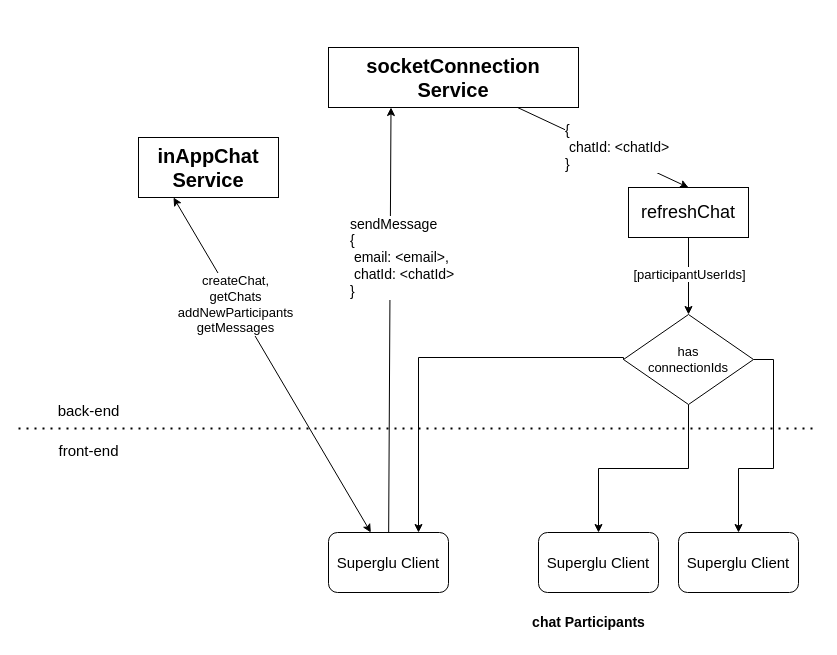
This is inAppChatServiceOverview.drawio from heshanWick/superglu-diagrams, a draw.io file, before an edit. Source tidied: cells renumbered, new cells numbered last; positions are measured from the earlier drawing's top-left corner, leaving out a move shared by most shapes. Both pictures are drawn from the tidied source at 100%, with x=0, y=0 at pixel (18, 47).
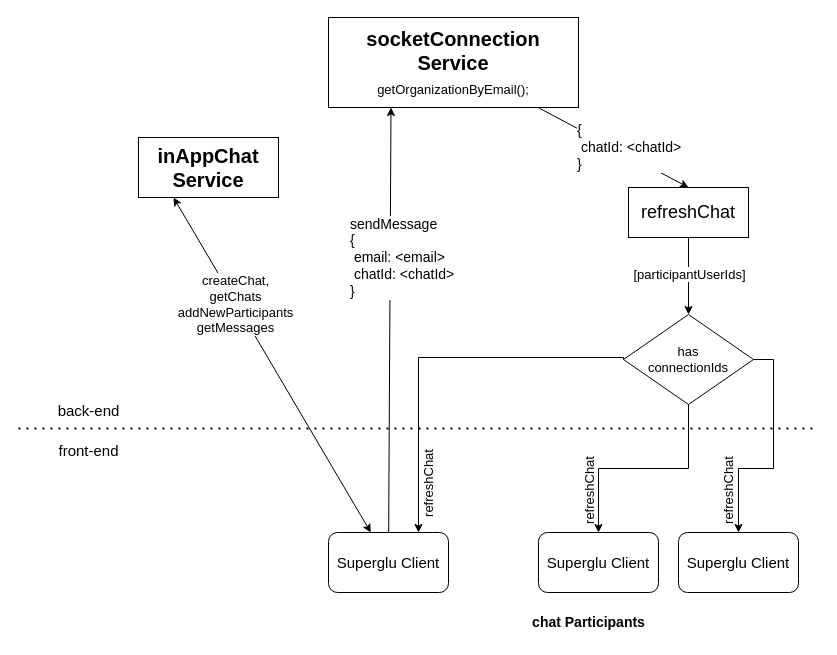
The same diagram, later.

The change refers to these unchanged cells:
```xml
<mxCell id="11" style="endArrow=classic;html=1;rounded=0;fontSize=18;entryX=0.25;entryY=1;entryDx=0;entryDy=0;" parent="1" edge="1" source="7" target="3">
  <mxGeometry relative="1" as="geometry" />
</mxCell>
```

Diff of the diagram source:
```diff
@@
-    <mxCell id="3" value="&lt;div style=&quot;font-size: 20px;&quot;&gt;&lt;font style=&quot;font-size: 20px;&quot;&gt;&lt;b&gt;socketConnection Service&lt;/b&gt;&lt;/font&gt;&lt;/div&gt;" style="rounded=0;whiteSpace=wrap;html=1;" parent="1" vertex="1">
-      <mxGeometry x="310" width="250" height="60" as="geometry" />
+    <mxCell id="3" value="&lt;div style=&quot;font-size: 20px;&quot;&gt;&lt;font style=&quot;font-size: 20px;&quot;&gt;&lt;b&gt;socketConnection Service&lt;/b&gt;&lt;/font&gt;&lt;/div&gt;&lt;div style=&quot;font-size: 20px;&quot;&gt;&lt;font style=&quot;font-size: 20px;&quot;&gt;&lt;font style=&quot;font-size: 13px;&quot;&gt;getOrganizationByEmail();&lt;/font&gt;&lt;b&gt;&lt;br&gt;&lt;/b&gt;&lt;/font&gt;&lt;/div&gt;" style="rounded=0;whiteSpace=wrap;html=1;" parent="1" vertex="1">
+      <mxGeometry x="310" y="-30" width="250" height="90" as="geometry" />
     </mxCell>
@@
-    <mxCell id="12" value="&lt;div style=&quot;font-size: 14px;&quot;&gt;sendMessage&lt;/div&gt;&lt;div style=&quot;font-size: 14px;&quot;&gt;{&lt;/div&gt;&lt;div style=&quot;font-size: 14px;&quot;&gt;&lt;span style=&quot;white-space: pre; font-size: 14px;&quot;&gt; &lt;/span&gt;email: &amp;lt;email&amp;gt;,&lt;/div&gt;&lt;div style=&quot;font-size: 14px;&quot;&gt;&lt;span style=&quot;white-space: pre; font-size: 14px;&quot;&gt; &lt;/span&gt;chatId: &amp;lt;chatId&amp;gt;&lt;br style=&quot;font-size: 14px;&quot;&gt;&lt;/div&gt;&lt;div style=&quot;font-size: 14px;&quot;&gt;}&lt;br style=&quot;font-size: 14px;&quot;&gt;&lt;/div&gt;" style="edgeLabel;html=1;align=left;verticalAlign=middle;fontSize=14;" parent="11" vertex="1">
+    <mxCell id="12" value="&lt;div style=&quot;font-size: 14px;&quot;&gt;sendMessage&lt;/div&gt;&lt;div style=&quot;font-size: 14px;&quot;&gt;{&lt;/div&gt;&lt;div style=&quot;font-size: 14px;&quot;&gt;&lt;span style=&quot;white-space: pre;&quot;&gt; &lt;/span&gt;email: &amp;lt;email&amp;gt;&lt;br&gt;&lt;/div&gt;&lt;div style=&quot;font-size: 14px;&quot;&gt;&lt;span style=&quot;white-space: pre; font-size: 14px;&quot;&gt; &lt;/span&gt;chatId: &amp;lt;chatId&amp;gt;&lt;br style=&quot;font-size: 14px;&quot;&gt;&lt;/div&gt;&lt;div style=&quot;font-size: 14px;&quot;&gt;}&lt;br style=&quot;font-size: 14px;&quot;&gt;&lt;/div&gt;" style="edgeLabel;html=1;align=left;verticalAlign=middle;fontSize=14;" parent="11" vertex="1">
       <mxGeometry x="0.25" relative="1" as="geometry">
         <mxPoint x="-42" y="-10" as="offset" />
       </mxGeometry>
     </mxCell>
@@
+    <mxCell id="24" value="refreshChat" style="text;html=1;strokeColor=none;fillColor=none;align=center;verticalAlign=middle;whiteSpace=wrap;rounded=0;fontSize=13;rotation=-90;" parent="1" vertex="1">
+      <mxGeometry x="380" y="421" width="60" height="30" as="geometry" />
+    </mxCell>
+    <mxCell id="25" value="refreshChat" style="text;html=1;strokeColor=none;fillColor=none;align=center;verticalAlign=middle;whiteSpace=wrap;rounded=0;fontSize=13;rotation=-90;" parent="1" vertex="1">
+      <mxGeometry x="541" y="428" width="60" height="30" as="geometry" />
+    </mxCell>
+    <mxCell id="26" value="refreshChat" style="text;html=1;strokeColor=none;fillColor=none;align=center;verticalAlign=middle;whiteSpace=wrap;rounded=0;fontSize=13;rotation=-90;" parent="1" vertex="1">
+      <mxGeometry x="680" y="428" width="60" height="30" as="geometry" />
+    </mxCell>
```
